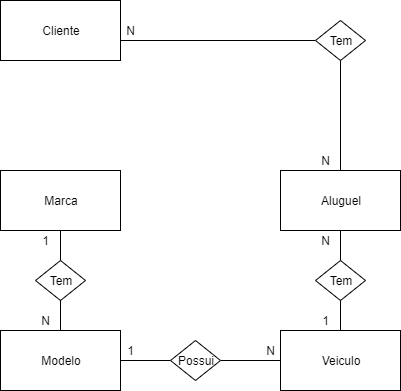
Above: Locadora/Modelo_Conseitual.png in israaoliver/BancoDeDados (draw.io), before the change. Source tidied: cells renumbered, new cells last; positions are measured from the earlier drawing's top-left corner, leaving out a move shared by most shapes. Its diagram source:
```xml
<mxGraphModel>
  <root>
    <mxCell id="0" />
    <mxCell id="1" parent="0" />
    <mxCell id="2" value="Cliente&lt;br&gt;" style="rounded=0;whiteSpace=wrap;html=1;" parent="1" vertex="1">
      <mxGeometry width="120" height="60" as="geometry" />
    </mxCell>
    <mxCell id="3" style="edgeStyle=orthogonalEdgeStyle;rounded=0;jettySize=auto;html=1;endArrow=none;endFill=0;strokeColor=#000000;" parent="1" edge="1" source="14" target="5">
      <mxGeometry relative="1" as="geometry" />
    </mxCell>
    <mxCell id="4" value="Modelo&lt;br&gt;" style="rounded=0;whiteSpace=wrap;html=1;" parent="1" vertex="1">
      <mxGeometry y="330" width="120" height="60" as="geometry" />
    </mxCell>
    <mxCell id="5" value="Marca" style="rounded=0;whiteSpace=wrap;html=1;" parent="1" vertex="1">
      <mxGeometry y="170" width="120" height="60" as="geometry" />
    </mxCell>
    <mxCell id="6" value="Veiculo&lt;br&gt;" style="rounded=0;whiteSpace=wrap;html=1;" parent="1" vertex="1">
      <mxGeometry x="280" y="330" width="120" height="60" as="geometry" />
    </mxCell>
    <mxCell id="7" value="Aluguel" style="rounded=0;whiteSpace=wrap;html=1;" parent="1" vertex="1">
      <mxGeometry x="280" y="170" width="120" height="60" as="geometry" />
    </mxCell>
    <mxCell id="8" style="edgeStyle=orthogonalEdgeStyle;rounded=0;jettySize=auto;html=1;endArrow=none;endFill=0;strokeColor=#000000;" parent="1" edge="1" source="10" target="4">
      <mxGeometry relative="1" as="geometry" />
    </mxCell>
    <mxCell id="9" style="edgeStyle=orthogonalEdgeStyle;rounded=0;jettySize=auto;html=1;endArrow=none;endFill=0;strokeColor=#000000;" parent="1" edge="1" source="10" target="6">
      <mxGeometry relative="1" as="geometry" />
    </mxCell>
    <mxCell id="10" value="Possui" style="rhombus;whiteSpace=wrap;html=1;" parent="1" vertex="1">
      <mxGeometry x="170" y="340" width="50" height="40" as="geometry" />
    </mxCell>
    <mxCell id="11" value="1" style="text;html=1;align=center;verticalAlign=middle;" parent="1" vertex="1">
      <mxGeometry x="120" y="340" width="20" height="20" as="geometry" />
    </mxCell>
    <mxCell id="12" value="N&lt;br&gt;" style="text;html=1;align=center;verticalAlign=middle;" parent="1" vertex="1">
      <mxGeometry x="260" y="340" width="20" height="20" as="geometry" />
    </mxCell>
    <mxCell id="13" style="edgeStyle=orthogonalEdgeStyle;rounded=0;jettySize=auto;html=1;endArrow=none;endFill=0;strokeColor=#000000;" parent="1" edge="1" source="14" target="4">
      <mxGeometry relative="1" as="geometry" />
    </mxCell>
    <mxCell id="14" value="Tem" style="rhombus;whiteSpace=wrap;html=1;" parent="1" vertex="1">
      <mxGeometry x="35" y="260" width="50" height="40" as="geometry" />
    </mxCell>
    <mxCell id="15" style="edgeStyle=orthogonalEdgeStyle;rounded=0;jettySize=auto;html=1;endArrow=none;endFill=0;strokeColor=#000000;" parent="1" edge="1" source="4" target="14">
      <mxGeometry relative="1" as="geometry" />
    </mxCell>
    <mxCell id="16" value="N" style="text;html=1;align=center;verticalAlign=middle;" parent="1" vertex="1">
      <mxGeometry x="35" y="310" width="20" height="20" as="geometry" />
    </mxCell>
    <mxCell id="17" value="1" style="text;html=1;align=center;verticalAlign=middle;" parent="1" vertex="1">
      <mxGeometry x="35" y="230" width="20" height="20" as="geometry" />
    </mxCell>
    <mxCell id="18" style="edgeStyle=orthogonalEdgeStyle;rounded=0;jettySize=auto;html=1;endArrow=none;endFill=0;strokeColor=#000000;" parent="1" edge="1" source="20" target="7">
      <mxGeometry relative="1" as="geometry" />
    </mxCell>
    <mxCell id="19" style="edgeStyle=orthogonalEdgeStyle;rounded=0;jettySize=auto;html=1;endArrow=none;endFill=0;strokeColor=#000000;" parent="1" edge="1" source="20" target="6">
      <mxGeometry relative="1" as="geometry" />
    </mxCell>
    <mxCell id="20" value="Tem" style="rhombus;whiteSpace=wrap;html=1;" parent="1" vertex="1">
      <mxGeometry x="315" y="260" width="50" height="40" as="geometry" />
    </mxCell>
    <mxCell id="21" value="1" style="text;html=1;align=center;verticalAlign=middle;" parent="1" vertex="1">
      <mxGeometry x="315" y="310" width="20" height="20" as="geometry" />
    </mxCell>
    <mxCell id="22" value="N" style="text;html=1;align=center;verticalAlign=middle;" parent="1" vertex="1">
      <mxGeometry x="315" y="230" width="20" height="20" as="geometry" />
    </mxCell>
    <mxCell id="23" style="edgeStyle=orthogonalEdgeStyle;rounded=0;jettySize=auto;html=1;endArrow=none;endFill=0;strokeColor=#000000;" parent="1" edge="1" source="25" target="2">
      <mxGeometry relative="1" as="geometry">
        <Array as="points">
          <mxPoint x="340" y="30" />
        </Array>
      </mxGeometry>
    </mxCell>
    <mxCell id="24" style="edgeStyle=orthogonalEdgeStyle;rounded=0;jettySize=auto;html=1;endArrow=none;endFill=0;strokeColor=#000000;" parent="1" edge="1" source="25" target="7">
      <mxGeometry relative="1" as="geometry" />
    </mxCell>
    <mxCell id="25" value="Tem" style="rhombus;whiteSpace=wrap;html=1;" parent="1" vertex="1">
      <mxGeometry x="315" y="20" width="50" height="40" as="geometry" />
    </mxCell>
    <mxCell id="26" value="N" style="text;html=1;align=center;verticalAlign=middle;" parent="1" vertex="1">
      <mxGeometry x="315" y="150" width="20" height="20" as="geometry" />
    </mxCell>
    <mxCell id="27" value="N" style="text;html=1;align=center;verticalAlign=middle;" parent="1" vertex="1">
      <mxGeometry x="120" y="20" width="20" height="20" as="geometry" />
    </mxCell>
  </root>
</mxGraphModel>
```
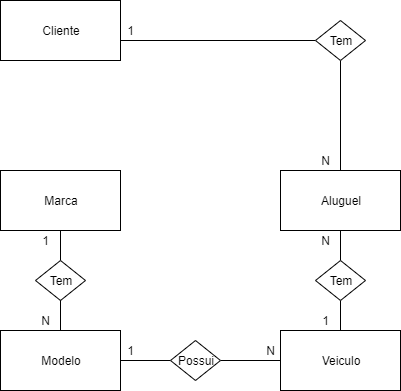
Later version of the same file.

What changed in the source:
```diff
@@ -81,7 +81,7 @@
     <mxCell id="26" value="N" style="text;html=1;align=center;verticalAlign=middle;" parent="1" vertex="1">
       <mxGeometry x="315" y="150" width="20" height="20" as="geometry" />
     </mxCell>
-    <mxCell id="27" value="N" style="text;html=1;align=center;verticalAlign=middle;" parent="1" vertex="1">
+    <mxCell id="27" value="1" style="text;html=1;align=center;verticalAlign=middle;" parent="1" vertex="1">
       <mxGeometry x="120" y="20" width="20" height="20" as="geometry" />
     </mxCell>
   </root>
```
